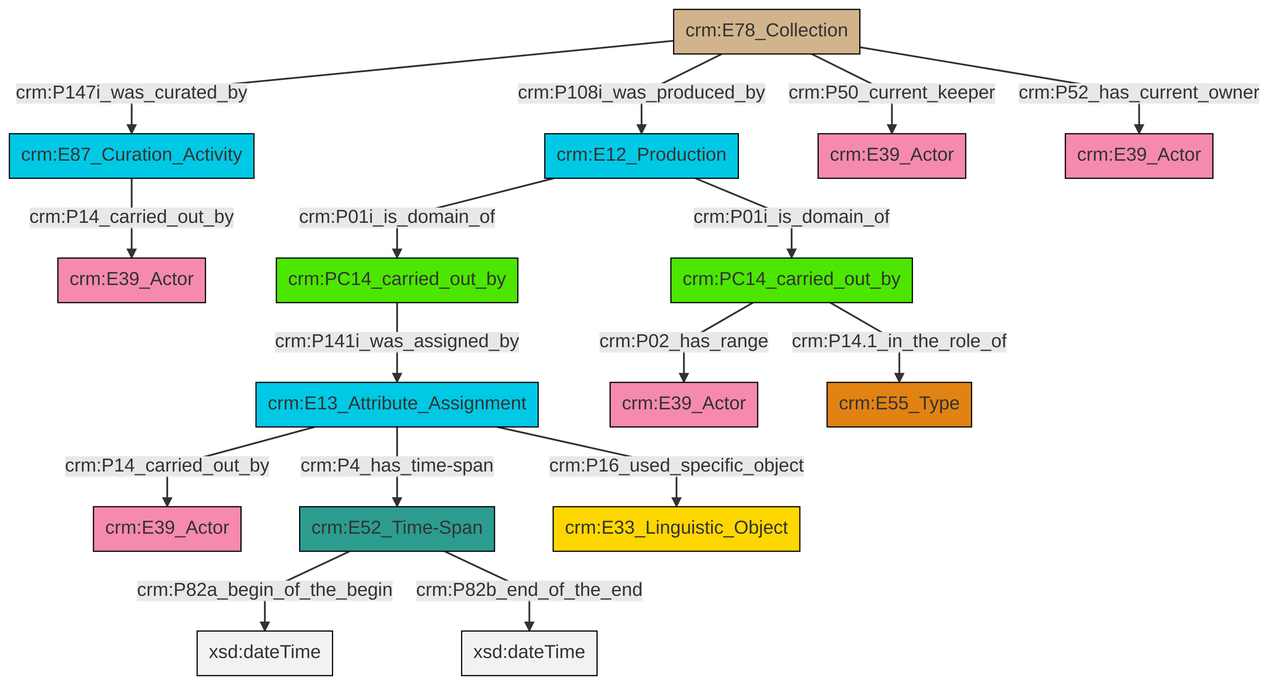
The Mermaid diagram et/archivalCSV/ttl/mmd/png/archival_relation.png in swiss-art-research-net/docs.swissartresearch, before a commit. Its source is kept beside it as et/archivalCSV/ttl/mmd/archival_relation.ttl.mmd. Its diagram source:
```mermaid
graph TD
classDef Literal fill:#f2f2f2,stroke:#000000;
classDef CRM_Entity fill:#FFFFFF,stroke:#000000;
classDef Temporal_Entity fill:#00C9E6, stroke:#000000;
classDef Type fill:#E18312, stroke:#000000;
classDef Time-Span fill:#2C9C91, stroke:#000000;
classDef Appellation fill:#FFEB7F, stroke:#000000;
classDef Place fill:#008836, stroke:#000000;
classDef Persistent_Item fill:#B266B2, stroke:#000000;
classDef Conceptual_Object fill:#FFD700, stroke:#000000;
classDef Physical_Thing fill:#D2B48C, stroke:#000000;
classDef Actor fill:#f58aad, stroke:#000000;
classDef PC_Classes fill:#4ce600, stroke:#000000;
classDef Multi fill:#cccccc,stroke:#000000;

0["crm:E13_Attribute_Assignment"]:::Temporal_Entity -->|crm:P14_carried_out_by| 4["crm:E39_Actor"]:::Actor
7["crm:E87_Curation_Activity"]:::Temporal_Entity -->|crm:P14_carried_out_by| 8["crm:E39_Actor"]:::Actor
9["crm:E52_Time-Span"]:::Time-Span -->|crm:P82a_begin_of_the_begin| 10[xsd:dateTime]:::Literal
0["crm:E13_Attribute_Assignment"]:::Temporal_Entity -->|crm:P4_has_time-span| 9["crm:E52_Time-Span"]:::Time-Span
2["crm:E78_Collection"]:::Physical_Thing -->|crm:P147i_was_curated_by| 7["crm:E87_Curation_Activity"]:::Temporal_Entity
12["crm:E12_Production"]:::Temporal_Entity -->|crm:P01i_is_domain_of| 14["crm:PC14_carried_out_by"]:::PC_Classes
9["crm:E52_Time-Span"]:::Time-Span -->|crm:P82b_end_of_the_end| 15[xsd:dateTime]:::Literal
14["crm:PC14_carried_out_by"]:::PC_Classes -->|crm:P14.1_in_the_role_of| 17["crm:E55_Type"]:::Type
12["crm:E12_Production"]:::Temporal_Entity -->|crm:P01i_is_domain_of| 18["crm:PC14_carried_out_by"]:::PC_Classes
2["crm:E78_Collection"]:::Physical_Thing -->|crm:P50_current_keeper| 20["crm:E39_Actor"]:::Actor
14["crm:PC14_carried_out_by"]:::PC_Classes -->|crm:P02_has_range| 5["crm:E39_Actor"]:::Actor
18["crm:PC14_carried_out_by"]:::PC_Classes -->|crm:P141i_was_assigned_by| 0["crm:E13_Attribute_Assignment"]:::Temporal_Entity
2["crm:E78_Collection"]:::Physical_Thing -->|crm:P52_has_current_owner| 25["crm:E39_Actor"]:::Actor
2["crm:E78_Collection"]:::Physical_Thing -->|crm:P108i_was_produced_by| 12["crm:E12_Production"]:::Temporal_Entity
0["crm:E13_Attribute_Assignment"]:::Temporal_Entity -->|crm:P16_used_specific_object| 27["crm:E33_Linguistic_Object"]:::Conceptual_Object
```
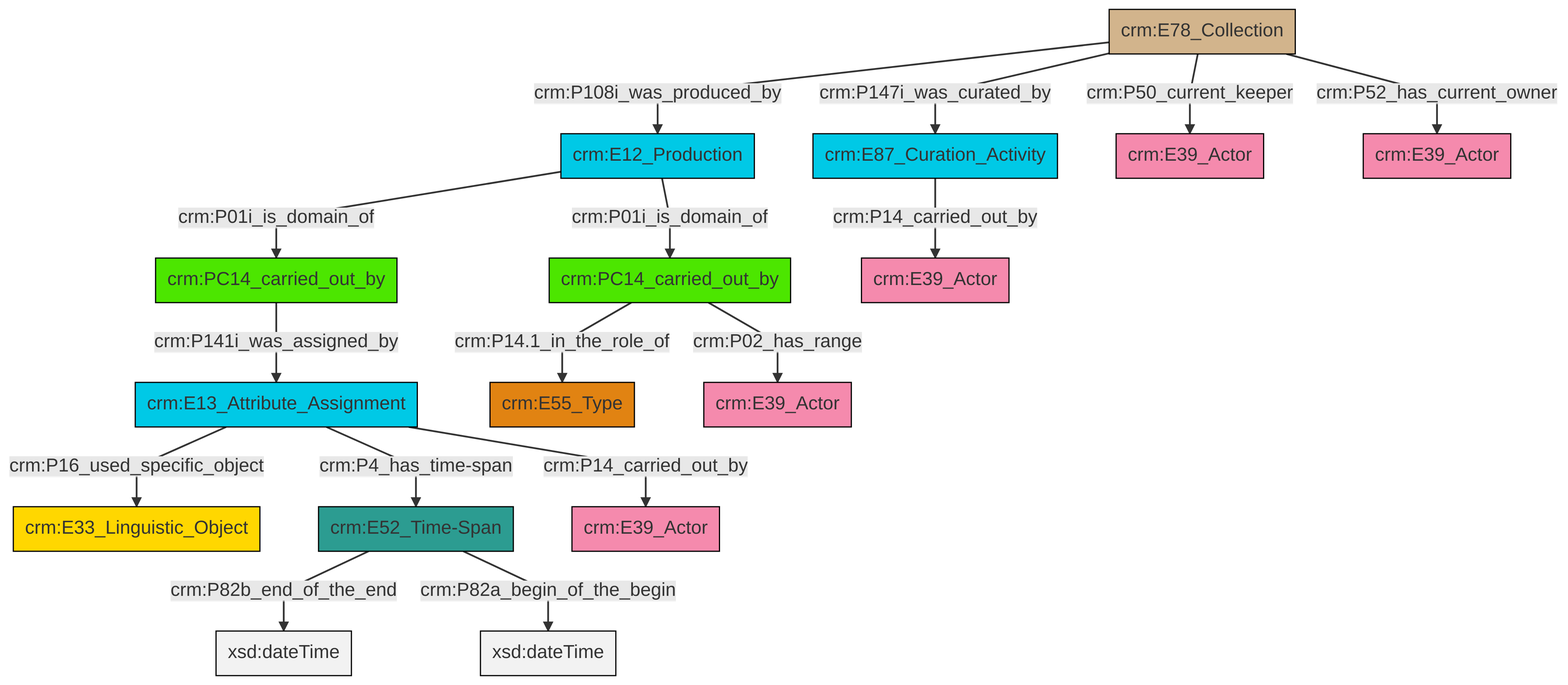
After the change.

Change to the diagram source:
```diff
@@ -13,18 +13,18 @@
 classDef PC_Classes fill:#4ce600, stroke:#000000;
 classDef Multi fill:#cccccc,stroke:#000000;
 
-0["crm:E13_Attribute_Assignment"]:::Temporal_Entity -->|crm:P14_carried_out_by| 4["crm:E39_Actor"]:::Actor
-7["crm:E87_Curation_Activity"]:::Temporal_Entity -->|crm:P14_carried_out_by| 8["crm:E39_Actor"]:::Actor
-9["crm:E52_Time-Span"]:::Time-Span -->|crm:P82a_begin_of_the_begin| 10[xsd:dateTime]:::Literal
-0["crm:E13_Attribute_Assignment"]:::Temporal_Entity -->|crm:P4_has_time-span| 9["crm:E52_Time-Span"]:::Time-Span
-2["crm:E78_Collection"]:::Physical_Thing -->|crm:P147i_was_curated_by| 7["crm:E87_Curation_Activity"]:::Temporal_Entity
-12["crm:E12_Production"]:::Temporal_Entity -->|crm:P01i_is_domain_of| 14["crm:PC14_carried_out_by"]:::PC_Classes
-9["crm:E52_Time-Span"]:::Time-Span -->|crm:P82b_end_of_the_end| 15[xsd:dateTime]:::Literal
-14["crm:PC14_carried_out_by"]:::PC_Classes -->|crm:P14.1_in_the_role_of| 17["crm:E55_Type"]:::Type
-12["crm:E12_Production"]:::Temporal_Entity -->|crm:P01i_is_domain_of| 18["crm:PC14_carried_out_by"]:::PC_Classes
-2["crm:E78_Collection"]:::Physical_Thing -->|crm:P50_current_keeper| 20["crm:E39_Actor"]:::Actor
-14["crm:PC14_carried_out_by"]:::PC_Classes -->|crm:P02_has_range| 5["crm:E39_Actor"]:::Actor
-18["crm:PC14_carried_out_by"]:::PC_Classes -->|crm:P141i_was_assigned_by| 0["crm:E13_Attribute_Assignment"]:::Temporal_Entity
-2["crm:E78_Collection"]:::Physical_Thing -->|crm:P52_has_current_owner| 25["crm:E39_Actor"]:::Actor
-2["crm:E78_Collection"]:::Physical_Thing -->|crm:P108i_was_produced_by| 12["crm:E12_Production"]:::Temporal_Entity
-0["crm:E13_Attribute_Assignment"]:::Temporal_Entity -->|crm:P16_used_specific_object| 27["crm:E33_Linguistic_Object"]:::Conceptual_Object
+0["crm:E13_Attribute_Assignment"]:::Temporal_Entity -->|crm:P16_used_specific_object| 1["crm:E33_Linguistic_Object"]:::Conceptual_Object
+0["crm:E13_Attribute_Assignment"]:::Temporal_Entity -->|crm:P4_has_time-span| 2["crm:E52_Time-Span"]:::Time-Span
+5["crm:PC14_carried_out_by"]:::PC_Classes -->|crm:P14.1_in_the_role_of| 6["crm:E55_Type"]:::Type
+7["crm:E12_Production"]:::Temporal_Entity -->|crm:P01i_is_domain_of| 8["crm:PC14_carried_out_by"]:::PC_Classes
+9["crm:E87_Curation_Activity"]:::Temporal_Entity -->|crm:P14_carried_out_by| 10["crm:E39_Actor"]:::Actor
+8["crm:PC14_carried_out_by"]:::PC_Classes -->|crm:P141i_was_assigned_by| 0["crm:E13_Attribute_Assignment"]:::Temporal_Entity
+2["crm:E52_Time-Span"]:::Time-Span -->|crm:P82b_end_of_the_end| 14[xsd:dateTime]:::Literal
+0["crm:E13_Attribute_Assignment"]:::Temporal_Entity -->|crm:P14_carried_out_by| 3["crm:E39_Actor"]:::Actor
+18["crm:E78_Collection"]:::Physical_Thing -->|crm:P108i_was_produced_by| 7["crm:E12_Production"]:::Temporal_Entity
+5["crm:PC14_carried_out_by"]:::PC_Classes -->|crm:P02_has_range| 11["crm:E39_Actor"]:::Actor
+2["crm:E52_Time-Span"]:::Time-Span -->|crm:P82a_begin_of_the_begin| 19[xsd:dateTime]:::Literal
+7["crm:E12_Production"]:::Temporal_Entity -->|crm:P01i_is_domain_of| 5["crm:PC14_carried_out_by"]:::PC_Classes
+18["crm:E78_Collection"]:::Physical_Thing -->|crm:P50_current_keeper| 16["crm:E39_Actor"]:::Actor
+18["crm:E78_Collection"]:::Physical_Thing -->|crm:P52_has_current_owner| 20["crm:E39_Actor"]:::Actor
+18["crm:E78_Collection"]:::Physical_Thing -->|crm:P147i_was_curated_by| 9["crm:E87_Curation_Activity"]:::Temporal_Entity
```
